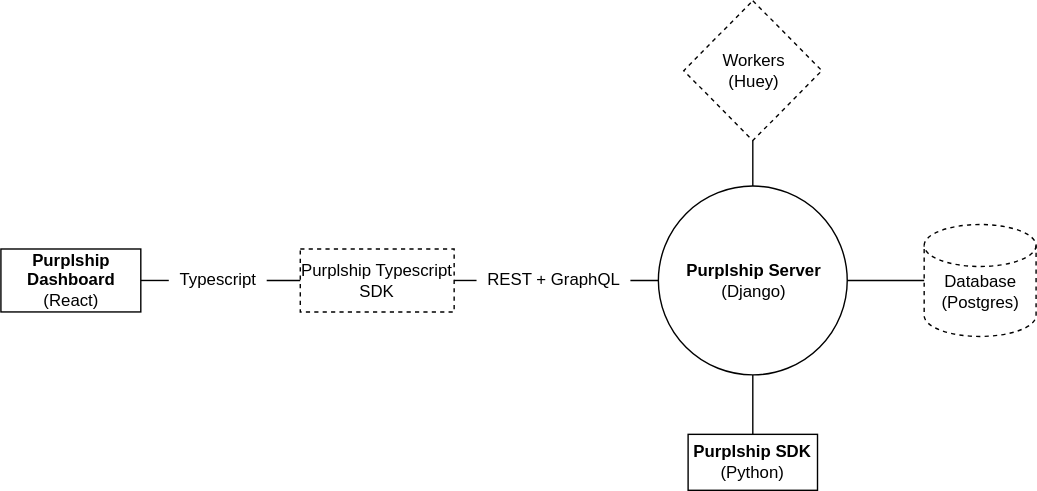
Earlier version of the draw.io export static/img/assets/purplship-server-architecture.svg (karrioapi/docs). Source tidied: cells renumbered, new cells last; positions are measured from the earlier drawing's top-left corner, leaving out a move shared by most shapes. Source of this version:
```xml
<mxGraphModel>
  <root>
    <mxCell id="0" />
    <mxCell id="1" parent="0" />
    <mxCell id="2" value="Purplship Typescript SDK" style="rounded=0;whiteSpace=wrap;html=1;fontFamily=Helvetica;fontSize=12;fontColor=#000000;align=center;dashed=1;" parent="1" vertex="1">
      <mxGeometry x="214" y="177.5" width="110" height="45" as="geometry" />
    </mxCell>
    <mxCell id="3" style="ellipse;whiteSpace=wrap;html=1;" parent="1" vertex="1">
      <mxGeometry x="470" y="132.5" width="135" height="135" as="geometry" />
    </mxCell>
    <mxCell id="4" value="&lt;b&gt;Purplship Server&lt;/b&gt;&lt;br&gt;(Django)" style="text;html=1;align=center;verticalAlign=middle;fillColor=none;strokeColor=none;rounded=0;" parent="1" vertex="1">
      <mxGeometry x="482.5" y="185" width="110" height="30" as="geometry" />
    </mxCell>
    <mxCell id="5" style="edgeStyle=orthogonalEdgeStyle;rounded=0;jettySize=auto;html=1;endArrow=none;endFill=1;entryX=0;entryY=0.5;entryDx=0;entryDy=0;startArrow=none;" parent="1" edge="1" source="16" target="3">
      <mxGeometry relative="1" as="geometry" />
    </mxCell>
    <mxCell id="6" style="shape=cylinder3;whiteSpace=wrap;html=1;boundedLbl=1;backgroundOutline=1;size=15;dashed=1;" parent="1" vertex="1">
      <mxGeometry x="660" y="160" width="80" height="80" as="geometry" />
    </mxCell>
    <mxCell id="7" value="Database&lt;br&gt;(Postgres)" style="text;html=1;align=center;verticalAlign=middle;fillColor=none;strokeColor=none;rounded=0;" parent="1" vertex="1">
      <mxGeometry x="665" y="192.5" width="70" height="30" as="geometry" />
    </mxCell>
    <mxCell id="8" style="endArrow=none;html=1;entryX=0;entryY=0.5;entryDx=0;entryDy=0;entryPerimeter=0;exitX=1;exitY=0.5;exitDx=0;exitDy=0;" parent="1" edge="1" source="3" target="6">
      <mxGeometry relative="1" as="geometry" />
    </mxCell>
    <mxCell id="9" style="rhombus;whiteSpace=wrap;html=1;dashed=1;" parent="1" vertex="1">
      <mxGeometry x="488.1" width="98.8" height="100" as="geometry" />
    </mxCell>
    <mxCell id="10" value="Workers&lt;br&gt;(Huey)" style="text;html=1;align=center;verticalAlign=middle;fillColor=none;strokeColor=none;rounded=0;" parent="1" vertex="1">
      <mxGeometry x="507.5" y="35" width="60" height="30" as="geometry" />
    </mxCell>
    <mxCell id="11" style="rounded=0;whiteSpace=wrap;html=1;" parent="1" vertex="1">
      <mxGeometry y="177.5" width="100" height="45" as="geometry" />
    </mxCell>
    <mxCell id="12" value="&lt;b&gt;Purplship &lt;br&gt;Dashboard&lt;/b&gt;&lt;br&gt;(React)" style="text;html=1;align=center;verticalAlign=middle;fillColor=none;strokeColor=none;rounded=0;" parent="1" vertex="1">
      <mxGeometry x="10" y="175" width="80" height="50" as="geometry" />
    </mxCell>
    <mxCell id="13" style="endArrow=none;html=1;entryX=1;entryY=0.5;entryDx=0;entryDy=0;exitX=0;exitY=0.5;exitDx=0;exitDy=0;startArrow=none;" parent="1" edge="1" source="14" target="11">
      <mxGeometry relative="1" as="geometry" />
    </mxCell>
    <mxCell id="14" value="Typescript" style="text;html=1;align=center;verticalAlign=middle;points=[];fillColor=none;strokeColor=none;rounded=0;" parent="1" vertex="1">
      <mxGeometry x="120" y="190" width="70" height="20" as="geometry" />
    </mxCell>
    <mxCell id="15" style="endArrow=none;html=1;entryX=1;entryY=0.5;entryDx=0;entryDy=0;exitX=0;exitY=0.5;exitDx=0;exitDy=0;" parent="1" edge="1" source="2" target="14">
      <mxGeometry relative="1" as="geometry" />
    </mxCell>
    <mxCell id="16" value="REST + GraphQL" style="text;html=1;align=center;verticalAlign=middle;points=[];fillColor=none;strokeColor=none;rounded=0;" parent="1" vertex="1">
      <mxGeometry x="340" y="190" width="110" height="20" as="geometry" />
    </mxCell>
    <mxCell id="17" style="edgeStyle=orthogonalEdgeStyle;rounded=0;jettySize=auto;html=1;endArrow=none;endFill=1;entryX=0;entryY=0.5;entryDx=0;entryDy=0;exitX=1;exitY=0.5;exitDx=0;exitDy=0;" parent="1" edge="1" source="2" target="16">
      <mxGeometry relative="1" as="geometry" />
    </mxCell>
    <mxCell id="18" style="rounded=0;whiteSpace=wrap;html=1;" parent="1" vertex="1">
      <mxGeometry x="491.2" y="310" width="92.5" height="40" as="geometry" />
    </mxCell>
    <mxCell id="19" value="&lt;b&gt;Purplship SDK&lt;/b&gt;&lt;br&gt;(Python)" style="text;html=1;align=center;verticalAlign=middle;fillColor=none;strokeColor=none;rounded=0;" parent="1" vertex="1">
      <mxGeometry x="486.5" y="315" width="100" height="30" as="geometry" />
    </mxCell>
    <mxCell id="20" style="endArrow=none;html=1;entryX=0.5;entryY=1;entryDx=0;entryDy=0;exitX=0.5;exitY=0;exitDx=0;exitDy=0;" parent="1" edge="1" source="3" target="9">
      <mxGeometry relative="1" as="geometry" />
    </mxCell>
    <mxCell id="21" style="endArrow=none;html=1;entryX=0.5;entryY=1;entryDx=0;entryDy=0;exitX=0.5;exitY=0;exitDx=0;exitDy=0;" parent="1" edge="1" source="18" target="3">
      <mxGeometry relative="1" as="geometry" />
    </mxCell>
  </root>
</mxGraphModel>
```
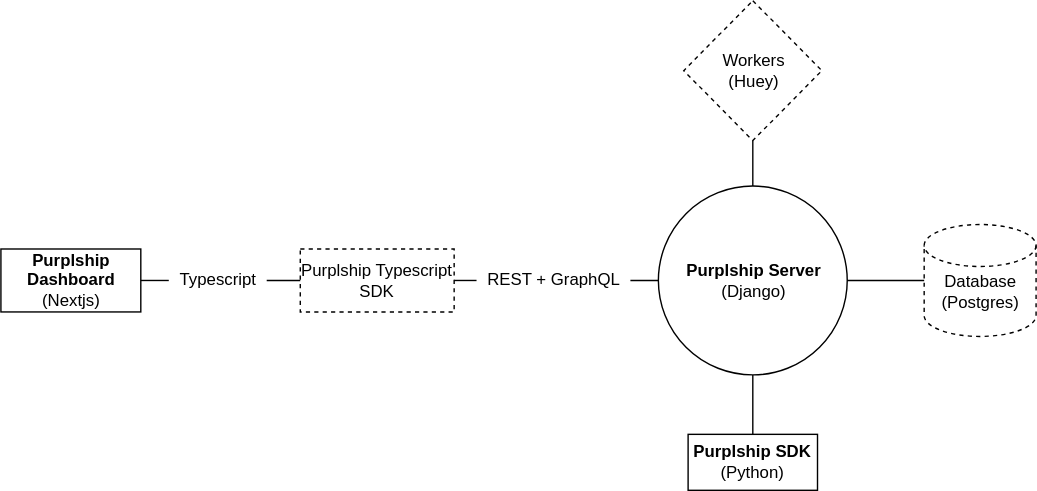
After the commit.

The edit, as a diff of the source:
```diff
@@ -32,7 +32,7 @@
     <mxCell id="11" style="rounded=0;whiteSpace=wrap;html=1;" parent="1" vertex="1">
       <mxGeometry y="177.5" width="100" height="45" as="geometry" />
     </mxCell>
-    <mxCell id="12" value="&lt;b&gt;Purplship &lt;br&gt;Dashboard&lt;/b&gt;&lt;br&gt;(React)" style="text;html=1;align=center;verticalAlign=middle;fillColor=none;strokeColor=none;rounded=0;" parent="1" vertex="1">
+    <mxCell id="12" value="&lt;b&gt;Purplship &lt;br&gt;Dashboard&lt;/b&gt;&lt;br&gt;(Nextjs)" style="text;html=1;align=center;verticalAlign=middle;fillColor=none;strokeColor=none;rounded=0;" parent="1" vertex="1">
       <mxGeometry x="10" y="175" width="80" height="50" as="geometry" />
     </mxCell>
     <mxCell id="13" style="endArrow=none;html=1;entryX=1;entryY=0.5;entryDx=0;entryDy=0;exitX=0;exitY=0.5;exitDx=0;exitDy=0;startArrow=none;" parent="1" edge="1" source="14" target="11">
```
